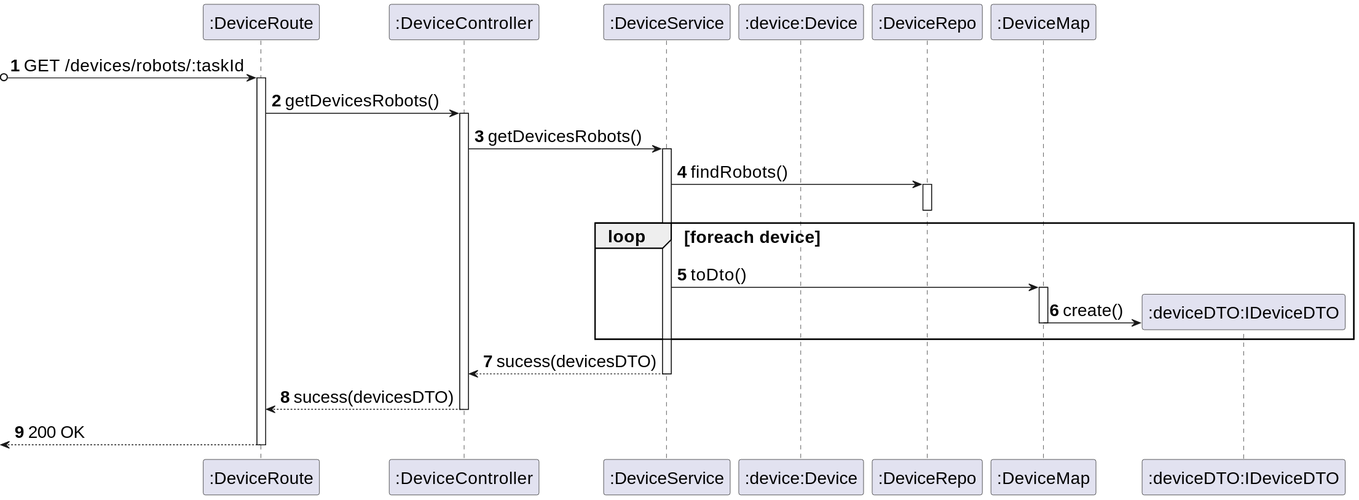
miseEnPlace-dev/lapr5 keeps this PlantUML diagram as _wiki/sprint-a/us22-390/views/level-3/assets/_process-view.svg. Above is the earlier version. The source it was exported from:
```plantuml
@startuml
skinparamlocked defaultFontSize 20
autonumber
participant ROUTE as ":DeviceRoute"
participant CTRL as ":DeviceController"
participant SRV as ":DeviceService"
participant BUILD as ":device:Device"
participant REPO as ":DeviceRepo"
participant MAP as ":DeviceMap"
participant DTO as ":deviceDTO:IDeviceDTO"

?o-> ROUTE : GET /devices/robots/:taskId
activate ROUTE

ROUTE -> CTRL : getDevicesRobots()
activate CTRL
CTRL -> SRV : getDevicesRobots()
activate SRV
SRV-> REPO : findRobots()
activate REPO
deactivate REPO
  loop foreach device
    SRV -> MAP : toDto()
    activate MAP
    MAP -> DTO** : create()
    deactivate MAP
  end
SRV --> CTRL : sucess(devicesDTO)
deactivate SRV
CTRL --> ROUTE : sucess(devicesDTO)
deactivate CTRL
<-- ROUTE : 200 OK
deactivate ROUTE
@enduml
```
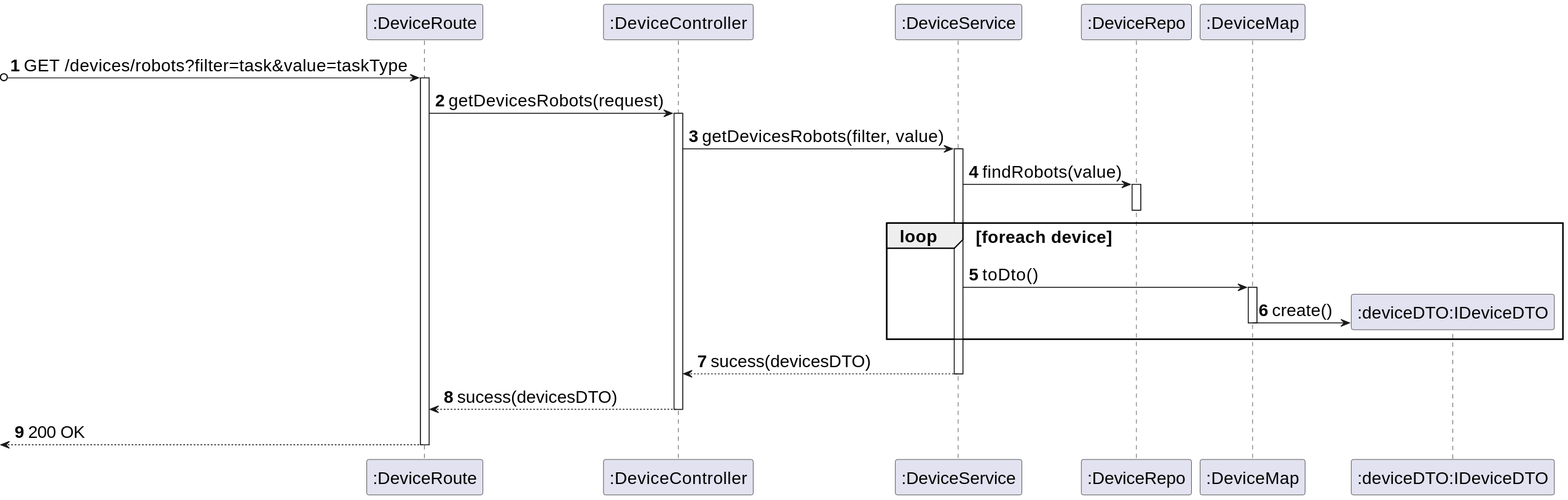
After the commit.

Change to the diagram source:
```diff
@@ -4,19 +4,18 @@
 participant ROUTE as ":DeviceRoute"
 participant CTRL as ":DeviceController"
 participant SRV as ":DeviceService"
-participant BUILD as ":device:Device"
 participant REPO as ":DeviceRepo"
 participant MAP as ":DeviceMap"
 participant DTO as ":deviceDTO:IDeviceDTO"
 
-?o-> ROUTE : GET /devices/robots/:taskId
+?o-> ROUTE : GET /devices/robots?filter=task&value=taskType
 activate ROUTE
 
-ROUTE -> CTRL : getDevicesRobots()
+ROUTE -> CTRL : getDevicesRobots(request)
 activate CTRL
-CTRL -> SRV : getDevicesRobots()
+CTRL -> SRV : getDevicesRobots(filter, value)
 activate SRV
-SRV-> REPO : findRobots()
+SRV-> REPO : findRobots(value)
 activate REPO
 deactivate REPO
   loop foreach device
```
